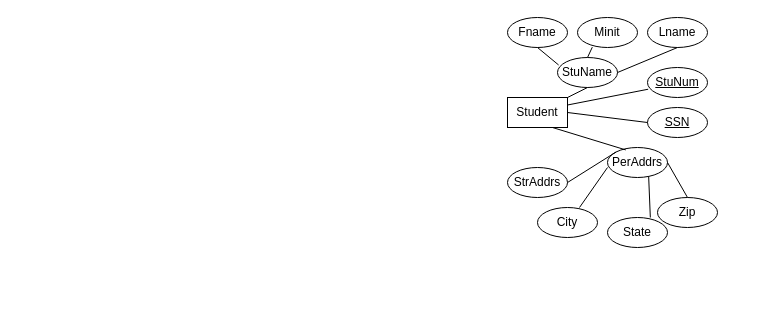
This is Untitled Diagram.drawio from Baconbuilder/blah, a draw.io file, before an edit. Source tidied: cells renumbered, new cells numbered last; positions are measured from the earlier drawing's top-left corner, leaving out a move shared by most shapes. Both pictures are drawn from the tidied source at 100%, with x=0, y=0 at pixel (507, 17).
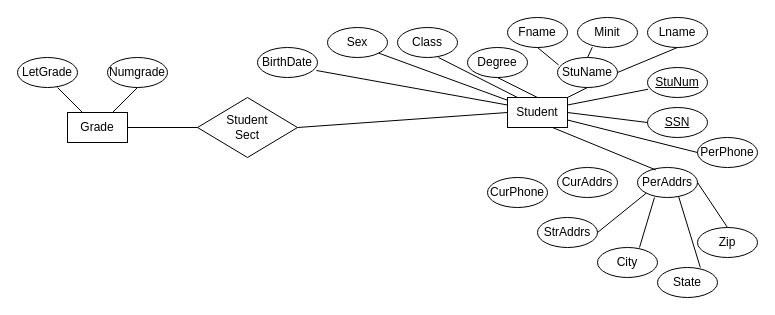
After the change.

Change to the diagram source:
```diff
@@
-    <mxCell id="2" value="Student" style="rounded=0;whiteSpace=wrap;html=1;" parent="1" vertex="1">
+    <mxCell id="2" value="Student" style="rounded=0;whiteSpace=wrap;html=1;fontSize=12;spacing=2;" parent="1" vertex="1">
       <mxGeometry y="80" width="60" height="30" as="geometry" />
     </mxCell>
-    <mxCell id="3" value="StuName" style="ellipse;whiteSpace=wrap;html=1;" parent="1" vertex="1">
+    <mxCell id="3" value="StuName" style="ellipse;whiteSpace=wrap;html=1;fontSize=12;spacing=2;" parent="1" vertex="1">
       <mxGeometry x="50" y="40" width="60" height="30" as="geometry" />
     </mxCell>
-    <mxCell id="4" style="endArrow=none;html=1;rounded=0;" parent="1" edge="1">
+    <mxCell id="4" style="endArrow=none;html=1;rounded=0;fontSize=12;spacing=2;" parent="1" edge="1">
       <mxGeometry relative="1" as="geometry">
         <mxPoint x="60" y="80" as="sourcePoint" />
         <mxPoint x="80" y="70" as="targetPoint" />
       </mxGeometry>
     </mxCell>
-    <mxCell id="5" value="Fname" style="ellipse;whiteSpace=wrap;html=1;" parent="1" vertex="1">
+    <mxCell id="5" value="Fname" style="ellipse;whiteSpace=wrap;html=1;fontSize=12;spacing=2;" parent="1" vertex="1">
       <mxGeometry width="60" height="30" as="geometry" />
     </mxCell>
-    <mxCell id="6" value="Minit" style="ellipse;whiteSpace=wrap;html=1;" parent="1" vertex="1">
+    <mxCell id="6" value="Minit" style="ellipse;whiteSpace=wrap;html=1;fontSize=12;spacing=2;" parent="1" vertex="1">
       <mxGeometry x="70" width="60" height="30" as="geometry" />
     </mxCell>
-    <mxCell id="7" value="Lname" style="ellipse;whiteSpace=wrap;html=1;" parent="1" vertex="1">
+    <mxCell id="7" value="Lname" style="ellipse;whiteSpace=wrap;html=1;fontSize=12;spacing=2;" parent="1" vertex="1">
       <mxGeometry x="140" width="60" height="30" as="geometry" />
     </mxCell>
-    <mxCell id="8" style="endArrow=none;html=1;rounded=0;entryX=0.5;entryY=1;entryDx=0;entryDy=0;exitX=1;exitY=0.5;exitDx=0;exitDy=0;" parent="1" edge="1" source="3" target="7">
+    <mxCell id="8" style="endArrow=none;html=1;rounded=0;entryX=0.5;entryY=1;entryDx=0;entryDy=0;exitX=1;exitY=0.5;exitDx=0;exitDy=0;fontSize=12;spacing=2;" parent="1" edge="1" source="3" target="7">
       <mxGeometry relative="1" as="geometry" />
     </mxCell>
-    <mxCell id="9" style="endArrow=none;html=1;rounded=0;entryX=0.247;entryY=0.989;entryDx=0;entryDy=0;entryPerimeter=0;exitX=0.5;exitY=0;exitDx=0;exitDy=0;" parent="1" edge="1" source="3" target="6">
+    <mxCell id="9" style="endArrow=none;html=1;rounded=0;entryX=0.247;entryY=0.989;entryDx=0;entryDy=0;entryPerimeter=0;exitX=0.5;exitY=0;exitDx=0;exitDy=0;fontSize=12;spacing=2;" parent="1" edge="1" source="3" target="6">
       <mxGeometry relative="1" as="geometry" />
     </mxCell>
-    <mxCell id="10" style="endArrow=none;html=1;rounded=0;entryX=0.5;entryY=1;entryDx=0;entryDy=0;exitX=0.019;exitY=0.25;exitDx=0;exitDy=0;exitPerimeter=0;" parent="1" edge="1" source="3" target="5">
+    <mxCell id="10" style="endArrow=none;html=1;rounded=0;entryX=0.5;entryY=1;entryDx=0;entryDy=0;exitX=0.019;exitY=0.25;exitDx=0;exitDy=0;exitPerimeter=0;fontSize=12;spacing=2;" parent="1" edge="1" source="3" target="5">
       <mxGeometry relative="1" as="geometry" />
     </mxCell>
-    <mxCell id="11" value="PerAddrs" style="ellipse;whiteSpace=wrap;html=1;" parent="1" vertex="1">
-      <mxGeometry x="100" y="130" width="60" height="30" as="geometry" />
+    <mxCell id="11" value="PerAddrs" style="ellipse;whiteSpace=wrap;html=1;fontSize=12;spacing=2;" parent="1" vertex="1">
+      <mxGeometry x="130" y="150" width="60" height="30" as="geometry" />
     </mxCell>
-    <mxCell id="12" value="City" style="ellipse;whiteSpace=wrap;html=1;" parent="1" vertex="1">
-      <mxGeometry x="30" y="190" width="60" height="30" as="geometry" />
+    <mxCell id="12" value="City" style="ellipse;whiteSpace=wrap;html=1;fontSize=12;spacing=2;" parent="1" vertex="1">
+      <mxGeometry x="90" y="230" width="60" height="30" as="geometry" />
     </mxCell>
-    <mxCell id="13" value="State" style="ellipse;whiteSpace=wrap;html=1;" parent="1" vertex="1">
-      <mxGeometry x="100" y="200" width="60" height="30" as="geometry" />
+    <mxCell id="13" value="State" style="ellipse;whiteSpace=wrap;html=1;fontSize=12;spacing=2;" parent="1" vertex="1">
+      <mxGeometry x="150" y="250" width="60" height="30" as="geometry" />
     </mxCell>
-    <mxCell id="14" value="Zip" style="ellipse;whiteSpace=wrap;html=1;" parent="1" vertex="1">
-      <mxGeometry x="150" y="180" width="60" height="30" as="geometry" />
+    <mxCell id="14" value="Zip" style="ellipse;whiteSpace=wrap;html=1;fontSize=12;spacing=2;" parent="1" vertex="1">
+      <mxGeometry x="190" y="210" width="60" height="30" as="geometry" />
     </mxCell>
-    <mxCell id="15" style="endArrow=none;html=1;rounded=0;entryX=0.5;entryY=0;entryDx=0;entryDy=0;exitX=1;exitY=0.5;exitDx=0;exitDy=0;" parent="1" edge="1" source="11" target="14">
+    <mxCell id="15" style="endArrow=none;html=1;rounded=0;entryX=0.5;entryY=0;entryDx=0;entryDy=0;exitX=1;exitY=0.5;exitDx=0;exitDy=0;fontSize=12;spacing=2;" parent="1" edge="1" source="11" target="14">
       <mxGeometry relative="1" as="geometry" />
     </mxCell>
-    <mxCell id="16" style="endArrow=none;html=1;rounded=0;entryX=0.714;entryY=0;entryDx=0;entryDy=0;entryPerimeter=0;exitX=0.686;exitY=0.972;exitDx=0;exitDy=0;exitPerimeter=0;" parent="1" edge="1" source="11" target="13">
+    <mxCell id="16" style="endArrow=none;html=1;rounded=0;entryX=0.714;entryY=0;entryDx=0;entryDy=0;entryPerimeter=0;exitX=0.686;exitY=0.972;exitDx=0;exitDy=0;exitPerimeter=0;fontSize=12;spacing=2;" parent="1" edge="1" source="11" target="13">
       <mxGeometry relative="1" as="geometry" />
     </mxCell>
-    <mxCell id="17" style="endArrow=none;html=1;rounded=0;entryX=0.7;entryY=0;entryDx=0;entryDy=0;exitX=0;exitY=0.667;exitDx=0;exitDy=0;exitPerimeter=0;entryPerimeter=0;" parent="1" edge="1" source="11" target="12">
+    <mxCell id="17" style="endArrow=none;html=1;rounded=0;entryX=0.7;entryY=0;entryDx=0;entryDy=0;exitX=0.283;exitY=1;exitDx=0;exitDy=0;exitPerimeter=0;entryPerimeter=0;fontSize=12;spacing=2;" parent="1" edge="1" source="11" target="12">
       <mxGeometry relative="1" as="geometry" />
     </mxCell>
-    <mxCell id="18" value="StrAddrs" style="ellipse;whiteSpace=wrap;html=1;" parent="1" vertex="1">
-      <mxGeometry y="150" width="60" height="30" as="geometry" />
+    <mxCell id="18" value="StrAddrs" style="ellipse;whiteSpace=wrap;html=1;fontSize=12;spacing=2;" parent="1" vertex="1">
+      <mxGeometry x="30" y="200" width="60" height="30" as="geometry" />
     </mxCell>
-    <mxCell id="19" style="endArrow=none;html=1;rounded=0;entryX=0;entryY=0;entryDx=0;entryDy=0;exitX=1;exitY=0.5;exitDx=0;exitDy=0;" parent="1" edge="1" source="18" target="11">
+    <mxCell id="19" style="endArrow=none;html=1;rounded=0;entryX=0;entryY=1;entryDx=0;entryDy=0;exitX=1;exitY=0.5;exitDx=0;exitDy=0;fontSize=12;spacing=2;" parent="1" edge="1" source="18" target="11">
       <mxGeometry relative="1" as="geometry" />
     </mxCell>
-    <mxCell id="20" style="endArrow=none;html=1;rounded=0;entryX=0.75;entryY=1;entryDx=0;entryDy=0;exitX=0.305;exitY=0.081;exitDx=0;exitDy=0;exitPerimeter=0;" parent="1" edge="1" source="11" target="2">
+    <mxCell id="20" style="endArrow=none;html=1;rounded=0;entryX=0.75;entryY=1;entryDx=0;entryDy=0;exitX=0.305;exitY=0.081;exitDx=0;exitDy=0;exitPerimeter=0;fontSize=12;spacing=2;" parent="1" edge="1" source="11" target="2">
       <mxGeometry relative="1" as="geometry" />
     </mxCell>
-    <mxCell id="21" value="StuNum" style="ellipse;whiteSpace=wrap;html=1;fontStyle=4;" parent="1" vertex="1">
+    <mxCell id="21" value="StuNum" style="ellipse;whiteSpace=wrap;html=1;fontStyle=4;fontSize=12;spacing=2;" parent="1" vertex="1">
       <mxGeometry x="140" y="50" width="60" height="30" as="geometry" />
     </mxCell>
-    <mxCell id="22" value="SSN" style="ellipse;whiteSpace=wrap;html=1;fontStyle=4;" parent="1" vertex="1">
+    <mxCell id="22" value="SSN" style="ellipse;whiteSpace=wrap;html=1;fontStyle=4;fontSize=12;spacing=2;" parent="1" vertex="1">
       <mxGeometry x="140" y="90" width="60" height="30" as="geometry" />
     </mxCell>
-    <mxCell id="23" style="endArrow=none;html=1;rounded=0;entryX=0.011;entryY=0.724;entryDx=0;entryDy=0;entryPerimeter=0;exitX=1;exitY=0.25;exitDx=0;exitDy=0;" parent="1" edge="1" source="2" target="21">
+    <mxCell id="23" style="endArrow=none;html=1;rounded=0;entryX=0.011;entryY=0.724;entryDx=0;entryDy=0;entryPerimeter=0;exitX=1;exitY=0.25;exitDx=0;exitDy=0;fontSize=12;spacing=2;" parent="1" edge="1" source="2" target="21">
       <mxGeometry relative="1" as="geometry" />
     </mxCell>
-    <mxCell id="24" style="endArrow=none;html=1;rounded=0;entryX=0;entryY=0.5;entryDx=0;entryDy=0;exitX=1;exitY=0.5;exitDx=0;exitDy=0;" parent="1" edge="1" source="2" target="22">
+    <mxCell id="24" style="endArrow=none;html=1;rounded=0;entryX=0;entryY=0.5;entryDx=0;entryDy=0;exitX=1;exitY=0.5;exitDx=0;exitDy=0;fontSize=12;spacing=2;" parent="1" edge="1" source="2" target="22">
       <mxGeometry relative="1" as="geometry" />
     </mxCell>
+    <mxCell id="25" value="Grade" style="rounded=0;whiteSpace=wrap;html=1;fontSize=12;spacing=2;" parent="1" vertex="1">
+      <mxGeometry x="-440" y="95" width="60" height="30" as="geometry" />
+    </mxCell>
+    <mxCell id="26" value="Sex" style="ellipse;whiteSpace=wrap;html=1;fontSize=12;spacing=2;" parent="1" vertex="1">
+      <mxGeometry x="-180" y="10" width="60" height="30" as="geometry" />
+    </mxCell>
+    <mxCell id="27" value="Class" style="ellipse;whiteSpace=wrap;html=1;fontSize=12;spacing=2;" parent="1" vertex="1">
+      <mxGeometry x="-110" y="10" width="60" height="30" as="geometry" />
+    </mxCell>
+    <mxCell id="28" value="Degree" style="ellipse;whiteSpace=wrap;html=1;fontSize=12;spacing=2;" parent="1" vertex="1">
+      <mxGeometry x="-40" y="30" width="60" height="30" as="geometry" />
+    </mxCell>
+    <mxCell id="29" value="CurAddrs" style="ellipse;whiteSpace=wrap;html=1;fontSize=12;spacing=2;" parent="1" vertex="1">
+      <mxGeometry x="50" y="150" width="60" height="30" as="geometry" />
+    </mxCell>
+    <mxCell id="30" value="CurPhone" style="ellipse;whiteSpace=wrap;html=1;fontSize=12;spacing=2;" parent="1" vertex="1">
+      <mxGeometry x="-20" y="160" width="60" height="30" as="geometry" />
+    </mxCell>
+    <mxCell id="31" value="PerPhone" style="ellipse;whiteSpace=wrap;html=1;fontSize=12;spacing=2;" parent="1" vertex="1">
+      <mxGeometry x="190" y="120" width="60" height="30" as="geometry" />
+    </mxCell>
+    <mxCell id="32" style="endArrow=none;html=1;rounded=0;fontSize=12;entryX=0;entryY=0.5;entryDx=0;entryDy=0;exitX=1;exitY=0.75;exitDx=0;exitDy=0;" parent="1" edge="1" source="2" target="31">
+      <mxGeometry relative="1" as="geometry" />
+    </mxCell>
+    <mxCell id="33" value="BirthDate" style="ellipse;whiteSpace=wrap;html=1;fontSize=12;spacing=2;" parent="1" vertex="1">
+      <mxGeometry x="-250" y="30" width="60" height="30" as="geometry" />
+    </mxCell>
+    <mxCell id="34" style="endArrow=none;html=1;rounded=0;fontSize=12;entryX=0.5;entryY=1;entryDx=0;entryDy=0;exitX=0.5;exitY=0;exitDx=0;exitDy=0;" parent="1" edge="1" source="2" target="28">
+      <mxGeometry relative="1" as="geometry" />
+    </mxCell>
+    <mxCell id="35" style="endArrow=none;html=1;rounded=0;fontSize=12;entryX=0.683;entryY=1;entryDx=0;entryDy=0;entryPerimeter=0;exitX=0.167;exitY=0;exitDx=0;exitDy=0;exitPerimeter=0;" parent="1" edge="1" source="2" target="27">
+      <mxGeometry relative="1" as="geometry" />
+    </mxCell>
+    <mxCell id="36" style="endArrow=none;html=1;rounded=0;fontSize=12;entryX=1;entryY=1;entryDx=0;entryDy=0;exitX=-0.003;exitY=0.089;exitDx=0;exitDy=0;exitPerimeter=0;" parent="1" edge="1" source="2" target="26">
+      <mxGeometry relative="1" as="geometry" />
+    </mxCell>
+    <mxCell id="37" style="endArrow=none;html=1;rounded=0;fontSize=12;entryX=0.983;entryY=0.767;entryDx=0;entryDy=0;entryPerimeter=0;exitX=0;exitY=0.25;exitDx=0;exitDy=0;" parent="1" edge="1" source="2" target="33">
+      <mxGeometry relative="1" as="geometry" />
+    </mxCell>
+    <mxCell id="38" value="Student&lt;br&gt;Sect" style="rhombus;whiteSpace=wrap;html=1;fontSize=12;" parent="1" vertex="1">
+      <mxGeometry x="-310" y="80" width="100" height="60" as="geometry" />
+    </mxCell>
+    <mxCell id="39" style="endArrow=none;html=1;rounded=0;fontSize=12;exitX=1;exitY=0.5;exitDx=0;exitDy=0;entryX=0;entryY=0.5;entryDx=0;entryDy=0;" parent="1" edge="1" source="38" target="2">
+      <mxGeometry relative="1" as="geometry" />
+    </mxCell>
+    <mxCell id="40" style="endArrow=none;html=1;rounded=0;fontSize=12;entryX=0;entryY=0.5;entryDx=0;entryDy=0;exitX=1;exitY=0.5;exitDx=0;exitDy=0;" parent="1" edge="1" source="25" target="38">
+      <mxGeometry relative="1" as="geometry" />
+    </mxCell>
+    <mxCell id="41" value="LetGrade" style="ellipse;whiteSpace=wrap;html=1;fontSize=12;spacing=2;" parent="1" vertex="1">
+      <mxGeometry x="-490" y="40" width="60" height="30" as="geometry" />
+    </mxCell>
+    <mxCell id="42" value="Numgrade" style="ellipse;whiteSpace=wrap;html=1;fontSize=12;spacing=2;" parent="1" vertex="1">
+      <mxGeometry x="-400" y="40" width="60" height="30" as="geometry" />
+    </mxCell>
+    <mxCell id="43" style="endArrow=none;html=1;rounded=0;fontSize=12;entryX=0.667;entryY=1;entryDx=0;entryDy=0;entryPerimeter=0;exitX=0.25;exitY=0;exitDx=0;exitDy=0;" parent="1" edge="1" source="25" target="41">
+      <mxGeometry relative="1" as="geometry" />
+    </mxCell>
+    <mxCell id="44" style="endArrow=none;html=1;rounded=0;fontSize=12;entryX=0.5;entryY=1;entryDx=0;entryDy=0;exitX=0.75;exitY=0;exitDx=0;exitDy=0;" parent="1" edge="1" source="25" target="42">
+      <mxGeometry relative="1" as="geometry" />
+    </mxCell>
```
